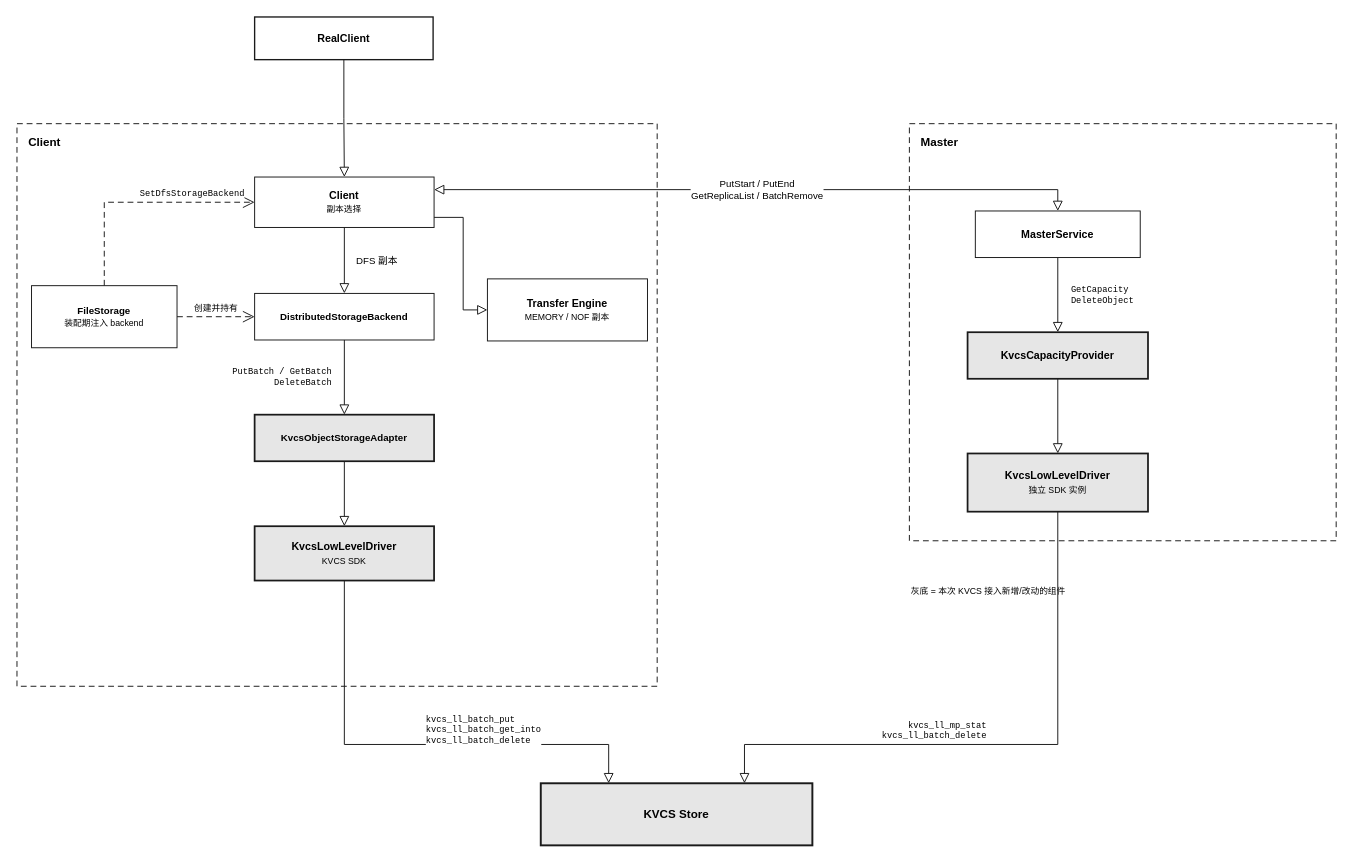
Before: kvcs-system-position.drawio in zwj20000328-dotcom/Mooncake-documents, a draw.io diagram. Source tidied: cells renumbered, new cells numbered last; positions are measured from the earlier drawing's top-left corner, leaving out a move shared by most shapes. Both pictures are drawn from the tidied source at 97%, with x=0, y=0 at pixel (16, 16).
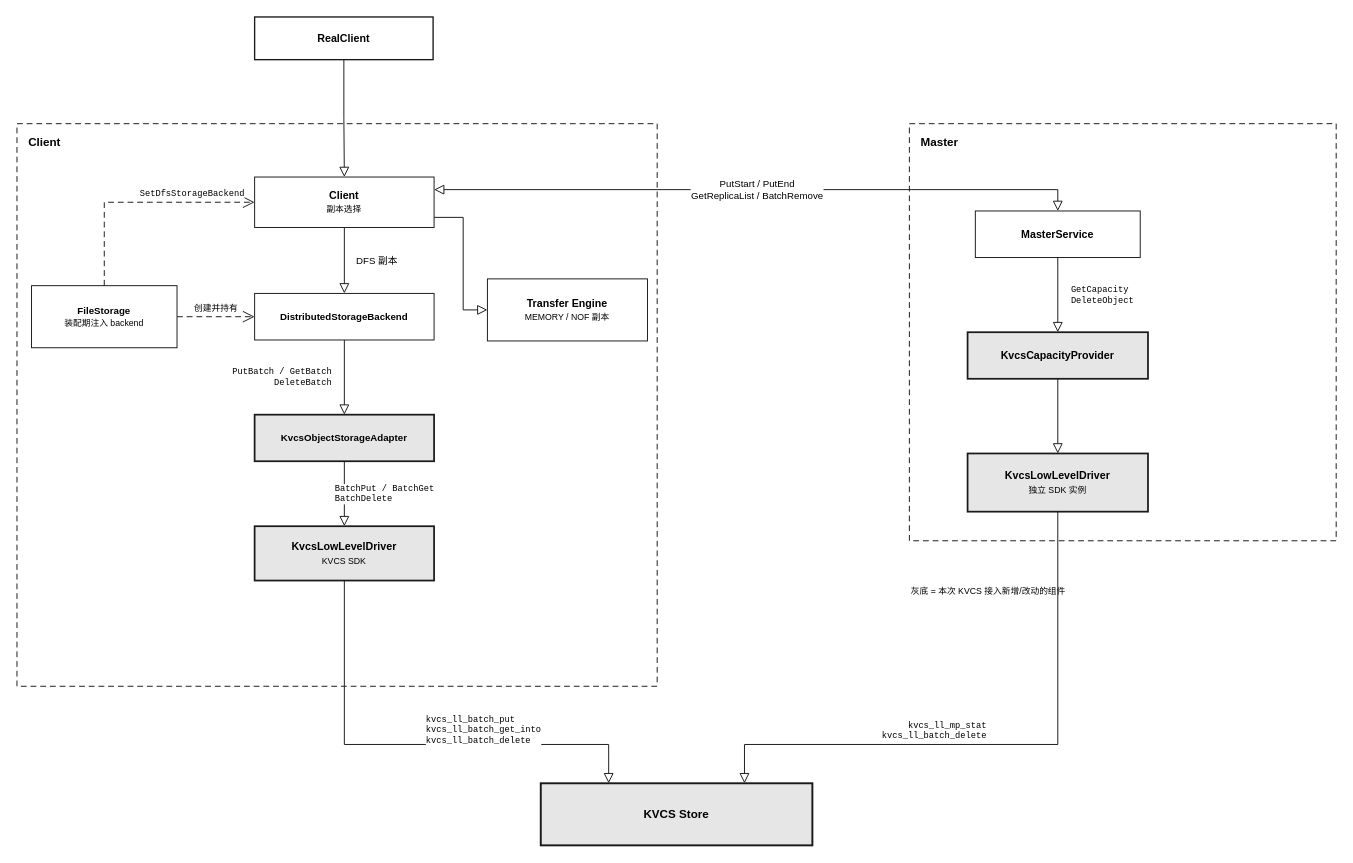
The same page after the edit.

Unchanged cells that the change refers to:
```xml
<mxCell id="7" value="&lt;b&gt;KvcsObjectStorageAdapter&lt;/b&gt;" style="rounded=0;whiteSpace=wrap;html=1;fillColor=#E6E6E6;strokeColor=#1A1A1A;strokeWidth=1.8;fontFamily=Helvetica;fontSize=10;fontColor=#000000;shadow=0;" parent="2" vertex="1">
  <mxGeometry x="245" y="300" width="185" height="48" as="geometry" />
</mxCell>
<mxCell id="8" value="&lt;b&gt;KvcsLowLevelDriver&lt;/b&gt;&lt;br&gt;&lt;font style=&quot;font-size:9px&quot;&gt;KVCS SDK&lt;/font&gt;" style="rounded=0;whiteSpace=wrap;html=1;fillColor=#E6E6E6;strokeColor=#1A1A1A;strokeWidth=1.8;fontFamily=Helvetica;fontSize=11;fontColor=#000000;shadow=0;" parent="2" vertex="1">
  <mxGeometry x="245" y="415" width="185" height="56" as="geometry" />
</mxCell>
```

Diff of the diagram source:
```diff
@@
-    <mxCell id="22" style="edgeStyle=orthogonalEdgeStyle;rounded=0;html=1;strokeColor=#1A1A1A;strokeWidth=1;endArrow=block;endFill=0;endSize=8;exitX=0.5;exitY=1;exitDx=0;exitDy=0;entryX=0.5;entryY=0;entryDx=0;entryDy=0;fontFamily=Helvetica;fontSize=10;labelBackgroundColor=#FFFFFF;" parent="1" edge="1" source="7" target="8">
-      <mxGeometry relative="1" as="geometry" />
+    <mxCell id="22" value="BatchPut / BatchGet&lt;br&gt;BatchDelete" style="edgeStyle=orthogonalEdgeStyle;rounded=0;html=1;strokeColor=#1A1A1A;strokeWidth=1;endArrow=block;endFill=0;endSize=8;exitX=0.5;exitY=1;exitDx=0;exitDy=0;entryX=0.5;entryY=0;entryDx=0;entryDy=0;align=left;fontFamily=Courier New;fontSize=9;fontColor=#000000;labelBackgroundColor=#FFFFFF;" parent="1" edge="1" source="7" target="8">
+      <mxGeometry relative="1" as="geometry">
+        <mxPoint x="-12" as="offset" />
+      </mxGeometry>
     </mxCell>
```
